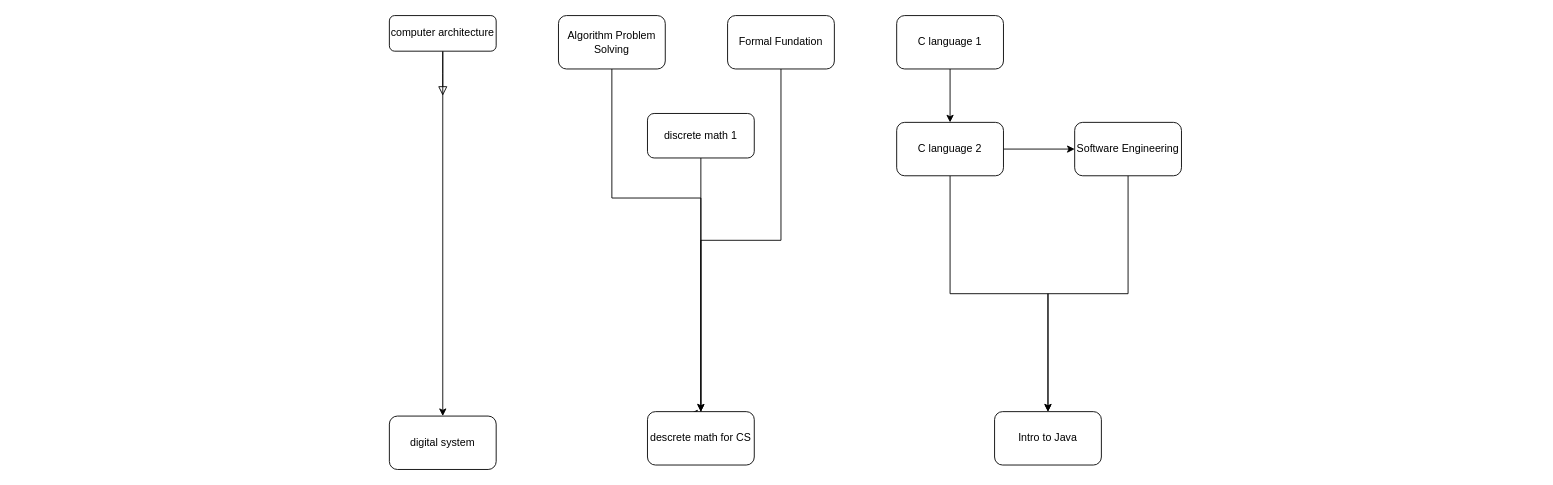
Above: module_stucture.drawio in MountainR/LeetCode (draw.io), before the change. Source tidied: cells renumbered, new cells numbered last; positions are measured from the earlier drawing's top-left corner, leaving out a move shared by most shapes. Both pictures are drawn from the tidied source at 89%, with x=0, y=0 at pixel (389, 15).
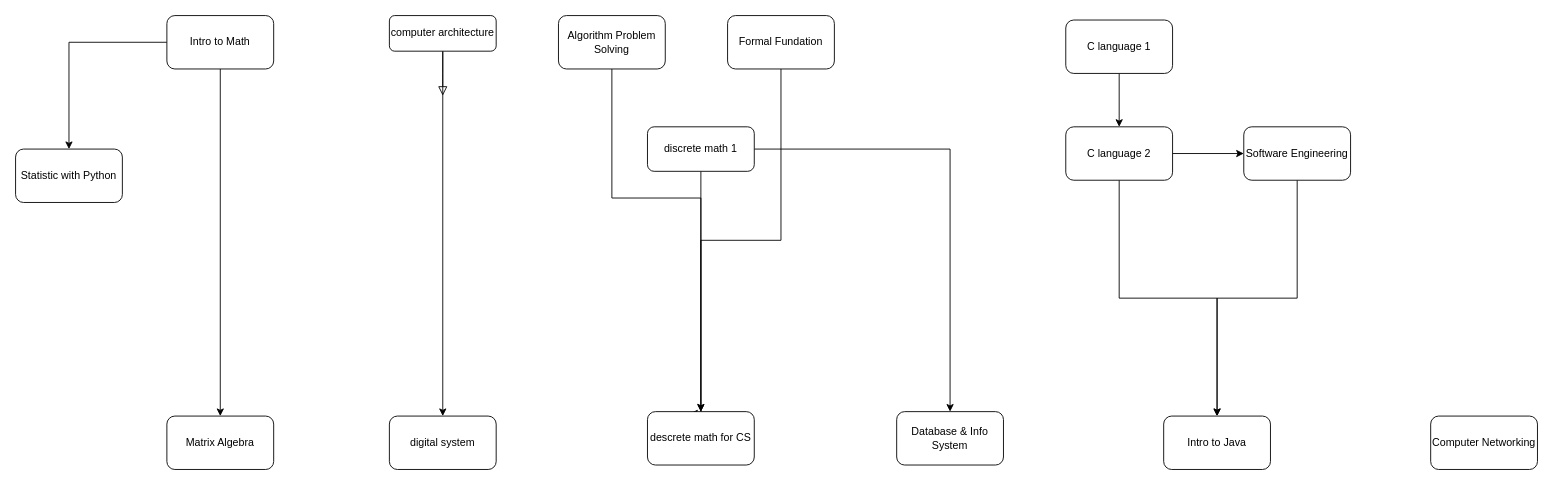
Above is the later version.

Change to the diagram source:
```diff
@@
+    <mxCell id="21" style="edgeStyle=orthogonalEdgeStyle;rounded=0;jettySize=auto;html=1;exitX=1;exitY=0.5;exitDx=0;exitDy=0;entryX=0.5;entryY=0;entryDx=0;entryDy=0;" parent="1" edge="1" source="12" target="28">
+      <mxGeometry relative="1" as="geometry" />
+    </mxCell>
     <mxCell id="12" value="discrete math 1" style="rounded=1;whiteSpace=wrap;html=1;" parent="1" vertex="1">
-      <mxGeometry x="290" y="110" width="120" height="50" as="geometry" />
+      <mxGeometry x="290" y="125" width="120" height="50" as="geometry" />
     </mxCell>
@@
     <mxCell id="14" value="C language 1" style="rounded=1;whiteSpace=wrap;html=1;" parent="1" vertex="1">
-      <mxGeometry x="570" width="120" height="60" as="geometry" />
+      <mxGeometry x="760" y="5" width="120" height="60" as="geometry" />
     </mxCell>
@@
     <mxCell id="17" value="C language 2" style="whiteSpace=wrap;html=1;rounded=1;" parent="1" vertex="1">
-      <mxGeometry x="570" y="120" width="120" height="60" as="geometry" />
+      <mxGeometry x="760" y="125" width="120" height="60" as="geometry" />
     </mxCell>
@@
     <mxCell id="19" value="Software Engineering" style="whiteSpace=wrap;html=1;rounded=1;" parent="1" vertex="1">
-      <mxGeometry x="770" y="120" width="120" height="60" as="geometry" />
+      <mxGeometry x="960" y="125" width="120" height="60" as="geometry" />
     </mxCell>
     <mxCell id="20" value="Intro to Java" style="whiteSpace=wrap;html=1;rounded=1;" parent="1" vertex="1">
-      <mxGeometry x="680" y="445" width="120" height="60" as="geometry" />
+      <mxGeometry x="870" y="450" width="120" height="60" as="geometry" />
     </mxCell>
+    <mxCell id="22" style="edgeStyle=orthogonalEdgeStyle;rounded=0;jettySize=auto;html=1;" parent="1" edge="1" source="24" target="25">
+      <mxGeometry relative="1" as="geometry" />
+    </mxCell>
+    <mxCell id="23" style="edgeStyle=orthogonalEdgeStyle;rounded=0;jettySize=auto;html=1;" parent="1" edge="1" source="24" target="26">
+      <mxGeometry relative="1" as="geometry" />
+    </mxCell>
+    <mxCell id="24" value="Intro to Math" style="rounded=1;whiteSpace=wrap;html=1;" parent="1" vertex="1">
+      <mxGeometry x="-250" width="120" height="60" as="geometry" />
+    </mxCell>
+    <mxCell id="25" value="Statistic with Python" style="whiteSpace=wrap;html=1;rounded=1;" parent="1" vertex="1">
+      <mxGeometry x="-420" y="150" width="120" height="60" as="geometry" />
+    </mxCell>
+    <mxCell id="26" value="Matrix Algebra" style="whiteSpace=wrap;html=1;rounded=1;" parent="1" vertex="1">
+      <mxGeometry x="-250" y="450" width="120" height="60" as="geometry" />
+    </mxCell>
+    <mxCell id="27" value="Computer Networking" style="rounded=1;whiteSpace=wrap;html=1;" parent="1" vertex="1">
+      <mxGeometry x="1170" y="450" width="120" height="60" as="geometry" />
+    </mxCell>
+    <mxCell id="28" value="Database &amp;amp; Info System" style="rounded=1;whiteSpace=wrap;html=1;" parent="1" vertex="1">
+      <mxGeometry x="570" y="445" width="120" height="60" as="geometry" />
+    </mxCell>
```
